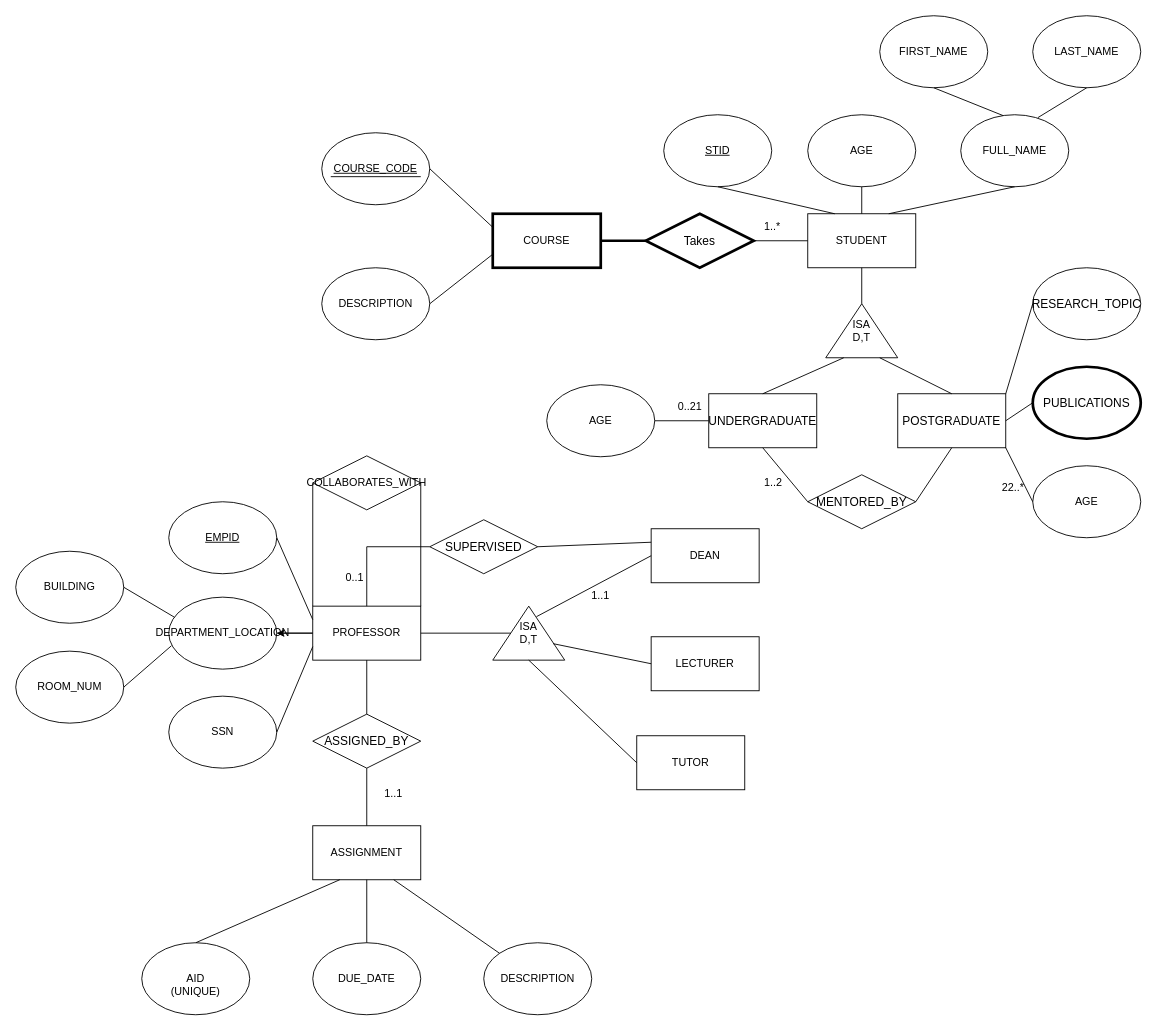
Before: DM-HW1_Janis & Cuihuan.drawio in us-ja/Data_Management, a draw.io diagram. Source tidied: cells renumbered, new cells numbered last; positions are measured from the earlier drawing's top-left corner, leaving out a move shared by most shapes. Both pictures are drawn from the tidied source at 90%, with x=0, y=0 at pixel (15, 15).
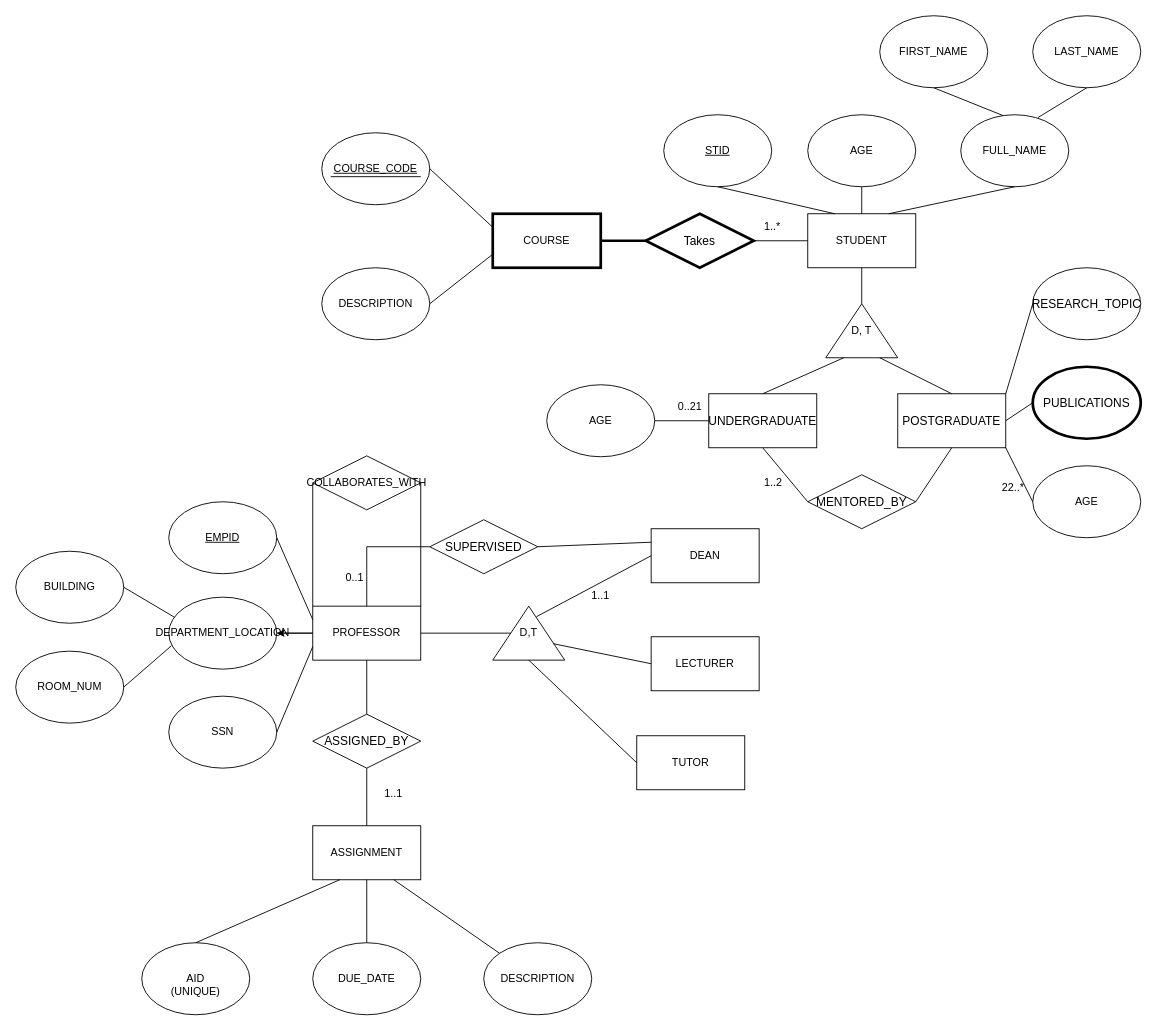
Above is the later version.

Commit message:
change isa, to only contain relevant info

What changed in the source:
```diff
@@
-    <mxCell id="14" value="ISA&lt;div&gt;D,T&lt;/div&gt;" style="triangle;whiteSpace=wrap;html=1;direction=north;" parent="1" vertex="1">
+    <mxCell id="14" value="D, T" style="triangle;whiteSpace=wrap;html=1;direction=north;" parent="1" vertex="1">
       <mxGeometry x="900" y="320" width="80" height="60" as="geometry" />
     </mxCell>
@@
-    <mxCell id="63" value="ISA&lt;div&gt;D,T&lt;/div&gt;" style="triangle;whiteSpace=wrap;html=1;direction=north;" parent="1" vertex="1">
+    <mxCell id="63" value="D,T" style="triangle;whiteSpace=wrap;html=1;direction=north;" parent="1" vertex="1">
       <mxGeometry x="530" y="656" width="80" height="60" as="geometry" />
     </mxCell>
```
